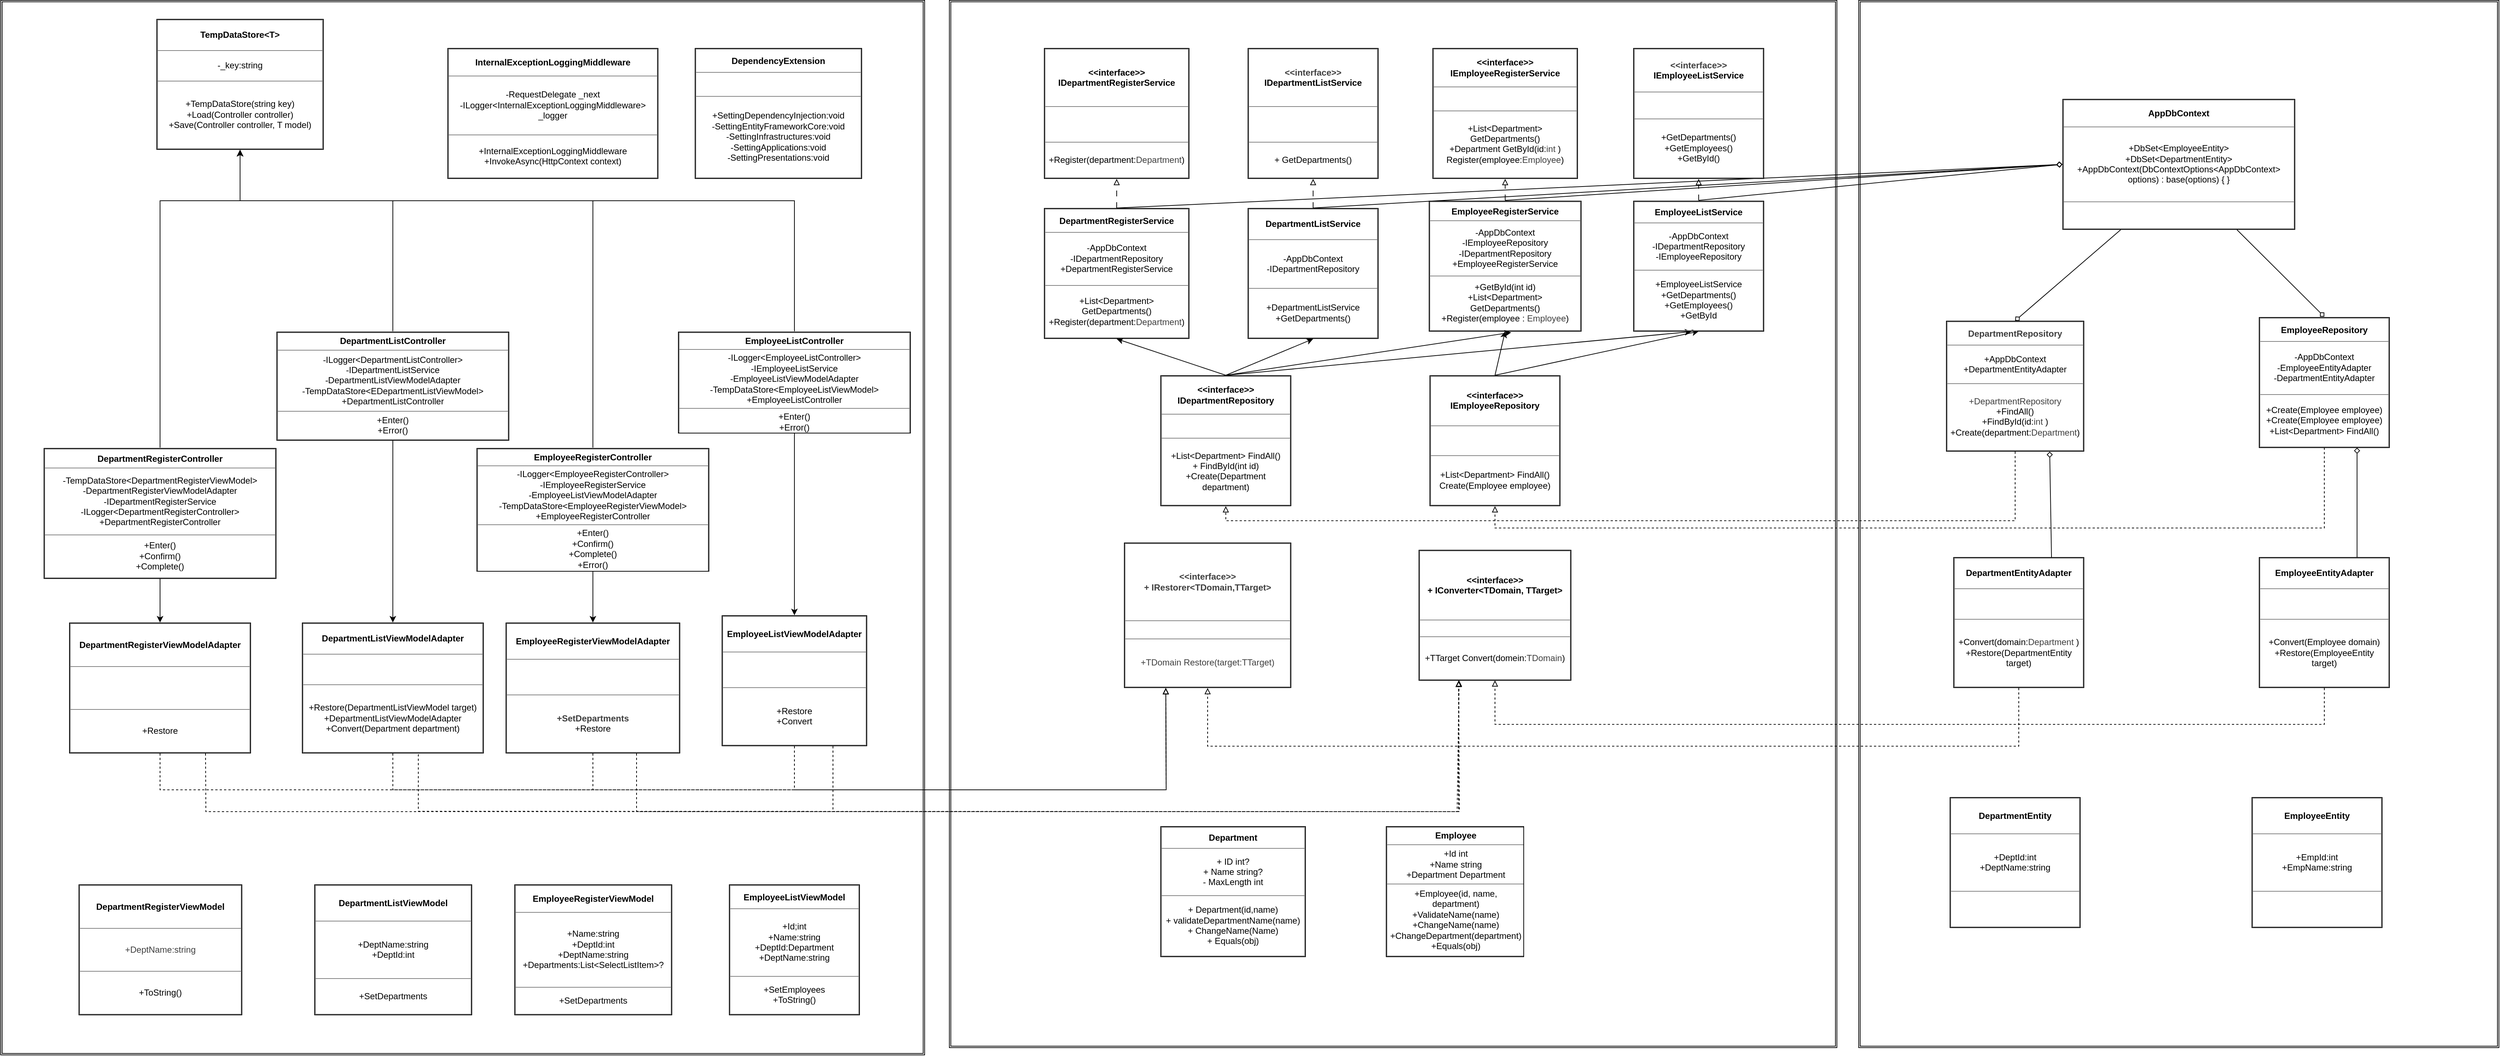
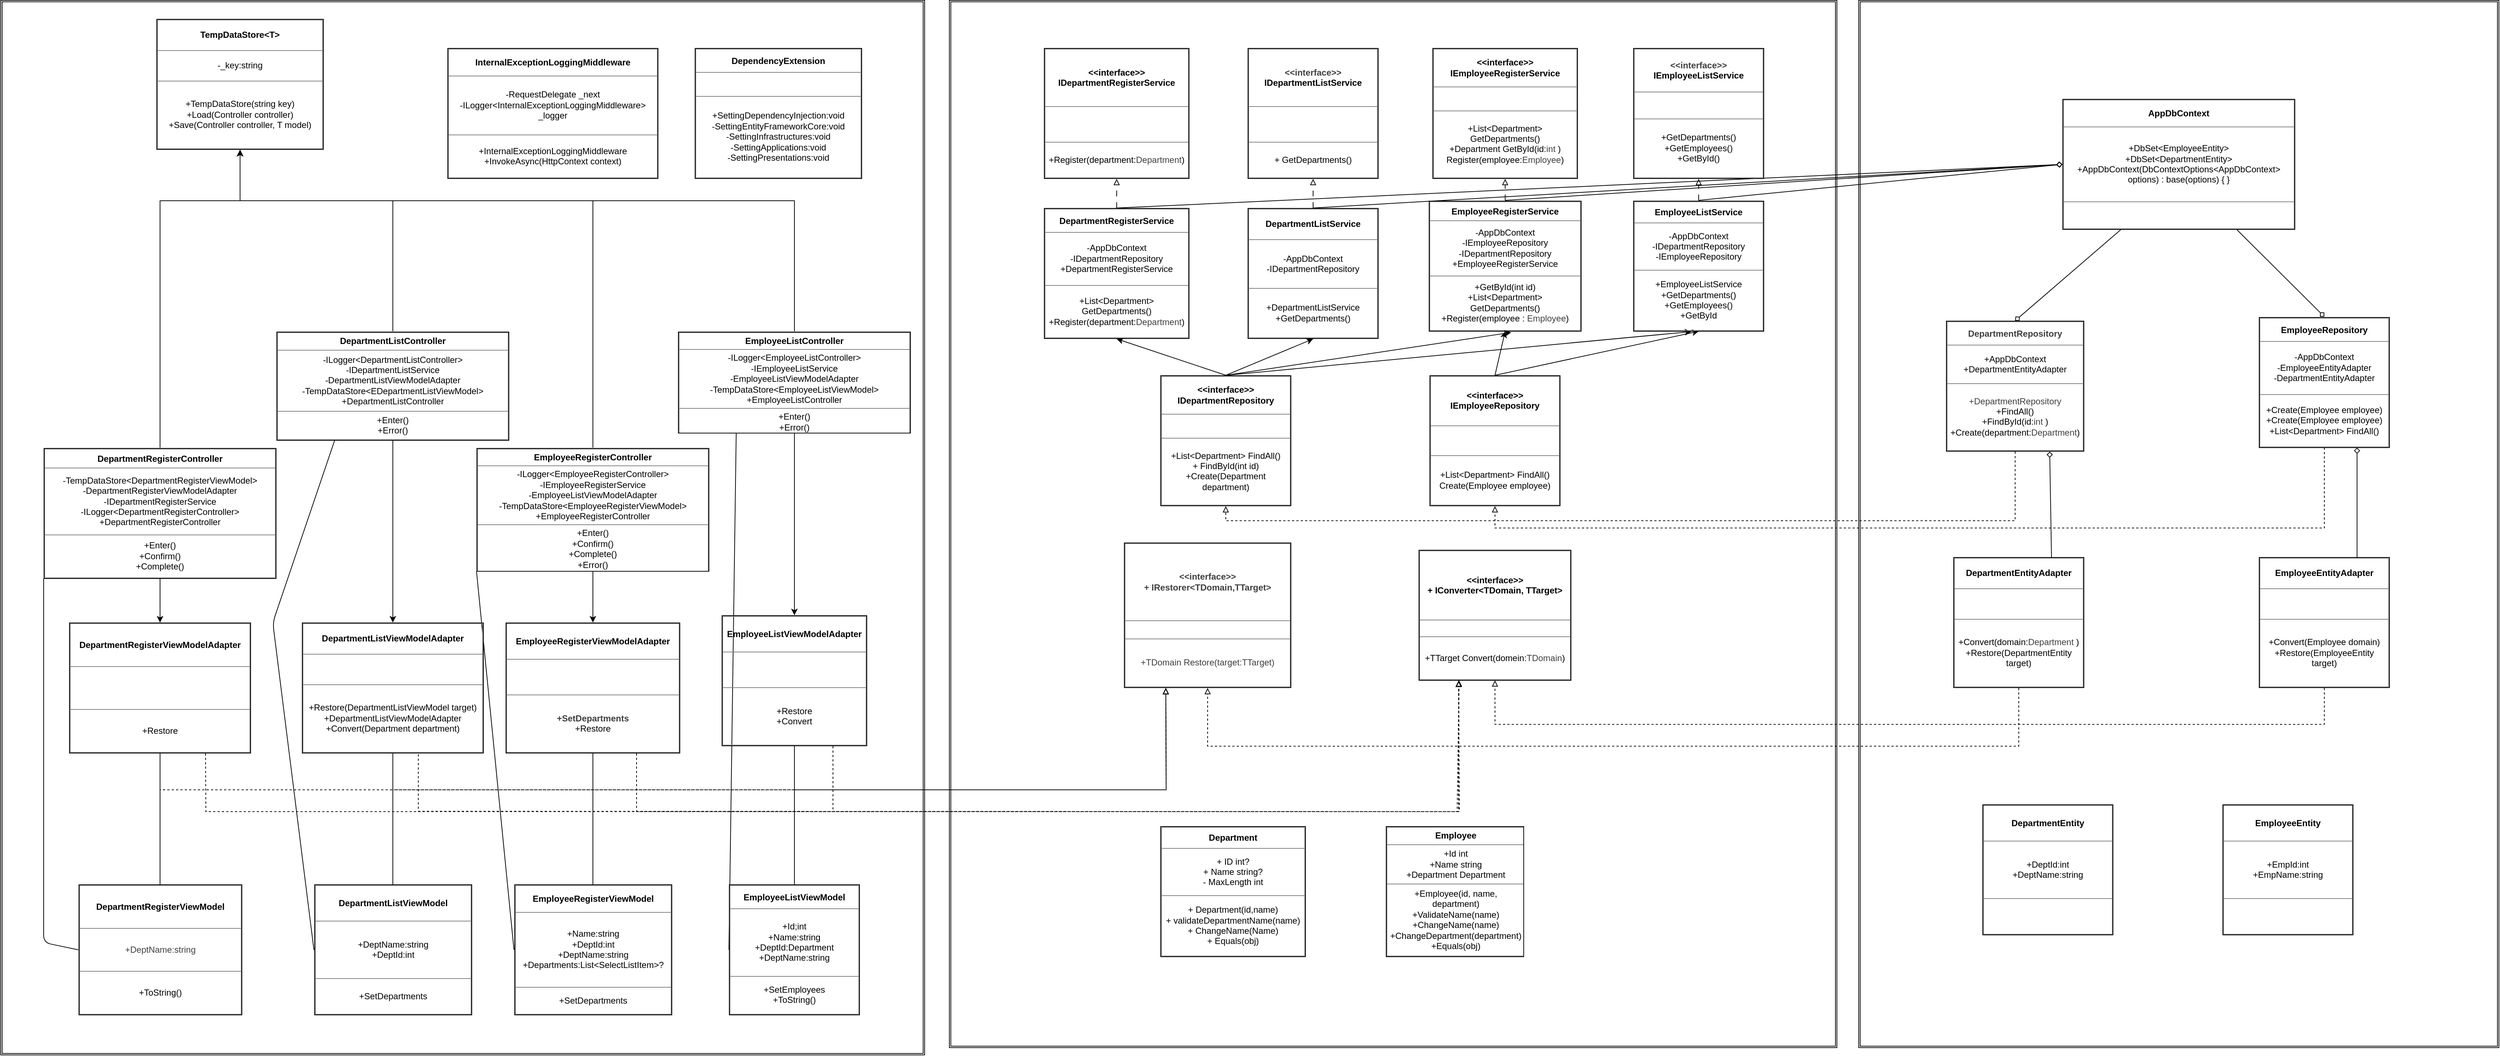
<mxfile host="65bd71144e">
    <diagram name="ページ-1" id="61RVPWnuirh5MR-BbGoL">
-         <mxGraphModel dx="3587" dy="2192" grid="1" gridSize="10" guides="1" tooltips="1" connect="1" arrows="1" fold="1" page="1" pageScale="1" pageWidth="827" pageHeight="1169" math="0" shadow="0">
+         <mxGraphModel dx="3704" dy="1937" grid="1" gridSize="10" guides="1" tooltips="1" connect="1" arrows="1" fold="1" page="1" pageScale="1" pageWidth="827" pageHeight="1169" math="0" shadow="0">
            <root>
                <mxCell id="0"/>
                <mxCell id="1" parent="0"/>
                <mxCell id="60" value="" style="shape=ext;double=1;rounded=0;whiteSpace=wrap;html=1;" parent="1" vertex="1">
                    <mxGeometry x="900" y="-35.5" width="880" height="1440" as="geometry"/>
                </mxCell>
                <mxCell id="59" value="" style="shape=ext;double=1;rounded=0;whiteSpace=wrap;html=1;" parent="1" vertex="1">
                    <mxGeometry x="-350" y="-35.5" width="1220" height="1440" as="geometry"/>
                </mxCell>
                <mxCell id="58" value="" style="shape=ext;double=1;rounded=0;whiteSpace=wrap;html=1;" parent="1" vertex="1">
                    <mxGeometry x="-1654" y="-35.5" width="1270" height="1450" as="geometry"/>
                </mxCell>
                <mxCell id="72" style="edgeStyle=none;html=1;exitX=0.5;exitY=1;exitDx=0;exitDy=0;entryX=0.5;entryY=0;entryDx=0;entryDy=0;" parent="1" source="2" target="50" edge="1">
                    <mxGeometry relative="1" as="geometry"/>
                </mxCell>
                <mxCell id="75" style="edgeStyle=none;html=1;exitX=0.5;exitY=0;exitDx=0;exitDy=0;entryX=0.5;entryY=1;entryDx=0;entryDy=0;rounded=0;curved=0;" parent="1" source="2" target="41" edge="1">
                    <mxGeometry relative="1" as="geometry">
                        <Array as="points">
                            <mxPoint x="-1115" y="240"/>
                            <mxPoint x="-1325" y="240"/>
                        </Array>
                    </mxGeometry>
                </mxCell>
+                 <mxCell id="143" style="edgeStyle=none;html=1;exitX=0.25;exitY=1;exitDx=0;exitDy=0;entryX=0;entryY=0.5;entryDx=0;entryDy=0;endArrow=none;endFill=0;" edge="1" parent="1" source="2" target="49">
+                     <mxGeometry relative="1" as="geometry">
+                         <Array as="points">
+                             <mxPoint x="-1280" y="820"/>
+                         </Array>
+                     </mxGeometry>
+                 </mxCell>
                <mxCell id="2" value="&lt;table border=&quot;1&quot; width=&quot;100%&quot; height=&quot;100%&quot; cellpadding=&quot;4&quot; style=&quot;width:100%;height:100%;border-collapse:collapse;&quot;&gt;&lt;tbody&gt;&lt;tr&gt;&lt;th align=&quot;center&quot;&gt;DepartmentListController&lt;/th&gt;&lt;/tr&gt;&lt;tr&gt;&lt;td align=&quot;center&quot;&gt;-ILogger&amp;lt;DepartmentListController&amp;gt;&lt;br&gt;-IDepartmentListService&lt;br&gt;-DepartmentListViewModelAdapter&lt;br&gt;-TempDataStore&amp;lt;EDepartmentListViewModel&amp;gt;&lt;br&gt;+DepartmentListController&lt;/td&gt;&lt;/tr&gt;&lt;tr&gt;&lt;td align=&quot;center&quot;&gt;+Enter()&lt;br&gt;+Error()&lt;/td&gt;&lt;/tr&gt;&lt;/tbody&gt;&lt;/table&gt;" style="text;html=1;whiteSpace=wrap;strokeColor=none;fillColor=none;overflow=fill;labelBorderColor=default;" parent="1" vertex="1">
                    <mxGeometry x="-1275" y="419.5" width="320" height="150" as="geometry"/>
                </mxCell>
                <mxCell id="73" style="edgeStyle=none;html=1;exitX=0.5;exitY=1;exitDx=0;exitDy=0;entryX=0.5;entryY=0;entryDx=0;entryDy=0;" parent="1" source="6" target="52" edge="1">
                    <mxGeometry relative="1" as="geometry"/>
                </mxCell>
                <mxCell id="74" style="edgeStyle=none;html=1;exitX=0.5;exitY=0;exitDx=0;exitDy=0;entryX=0.5;entryY=1;entryDx=0;entryDy=0;rounded=0;curved=0;" parent="1" source="6" target="41" edge="1">
                    <mxGeometry relative="1" as="geometry">
                        <Array as="points">
                            <mxPoint x="-1435" y="240"/>
                            <mxPoint x="-1325" y="240"/>
+                         </Array>
+                     </mxGeometry>
+                 </mxCell>
+                 <mxCell id="142" style="edgeStyle=none;html=1;exitX=0;exitY=1;exitDx=0;exitDy=0;entryX=0;entryY=0.5;entryDx=0;entryDy=0;endArrow=none;endFill=0;" edge="1" parent="1" source="6" target="51">
+                     <mxGeometry relative="1" as="geometry">
+                         <Array as="points">
+                             <mxPoint x="-1595" y="1260"/>
                        </Array>
                    </mxGeometry>
                </mxCell>
                <mxCell id="6" value="&lt;table border=&quot;1&quot; width=&quot;100%&quot; height=&quot;100%&quot; cellpadding=&quot;4&quot; style=&quot;width:100%;height:100%;border-collapse:collapse;&quot;&gt;&lt;tbody&gt;&lt;tr&gt;&lt;th align=&quot;center&quot;&gt;DepartmentRegisterController&lt;/th&gt;&lt;/tr&gt;&lt;tr&gt;&lt;td align=&quot;center&quot;&gt;-TempDataStore&amp;lt;DepartmentRegisterViewModel&amp;gt;&lt;br&gt;-DepartmentRegisterViewModelAdapter&lt;br&gt;-IDepartmentRegisterService&lt;br&gt;-ILogger&amp;lt;DepartmentRegisterController&amp;gt;&lt;br&gt;+DepartmentRegisterController&lt;br&gt;&lt;/td&gt;&lt;/tr&gt;&lt;tr&gt;&lt;td align=&quot;center&quot;&gt;+Enter()&lt;br&gt;+Confirm()&lt;br&gt;+Complete()&lt;/td&gt;&lt;/tr&gt;&lt;/tbody&gt;&lt;/table&gt;" style="text;html=1;whiteSpace=wrap;strokeColor=none;fillColor=none;overflow=fill;labelBorderColor=default;" parent="1" vertex="1">
                    <mxGeometry x="-1595" y="579.5" width="320" height="180" as="geometry"/>
                </mxCell>
                <mxCell id="70" style="edgeStyle=none;html=1;exitX=0.5;exitY=1;exitDx=0;exitDy=0;entryX=0.5;entryY=0;entryDx=0;entryDy=0;" parent="1" source="9" target="56" edge="1">
                    <mxGeometry relative="1" as="geometry"/>
                </mxCell>
                <mxCell id="77" style="edgeStyle=none;html=1;exitX=0.5;exitY=0;exitDx=0;exitDy=0;entryX=0.5;entryY=1;entryDx=0;entryDy=0;rounded=0;curved=0;" parent="1" source="9" target="41" edge="1">
                    <mxGeometry relative="1" as="geometry">
                        <Array as="points">
                            <mxPoint x="-563" y="240"/>
                            <mxPoint x="-840" y="240"/>
                            <mxPoint x="-1325" y="240"/>
                        </Array>
                    </mxGeometry>
                </mxCell>
+                 <mxCell id="145" style="edgeStyle=none;html=1;exitX=0.25;exitY=1;exitDx=0;exitDy=0;entryX=0;entryY=0.5;entryDx=0;entryDy=0;endArrow=none;endFill=0;" edge="1" parent="1" source="9" target="55">
+                     <mxGeometry relative="1" as="geometry"/>
+                 </mxCell>
                <mxCell id="9" value="&lt;table border=&quot;1&quot; width=&quot;100%&quot; height=&quot;100%&quot; cellpadding=&quot;4&quot; style=&quot;width:100%;height:100%;border-collapse:collapse;&quot;&gt;&lt;tbody&gt;&lt;tr&gt;&lt;th align=&quot;center&quot;&gt;EmployeeListController&lt;/th&gt;&lt;/tr&gt;&lt;tr&gt;&lt;td align=&quot;center&quot;&gt;-ILogger&amp;lt;EmployeeListController&amp;gt;&lt;br&gt;-IEmployeeListService&lt;br&gt;-EmployeeListViewModelAdapter&lt;br&gt;-TempDataStore&amp;lt;EmployeeListViewModel&amp;gt;&lt;br&gt;+EmployeeListController&lt;/td&gt;&lt;/tr&gt;&lt;tr&gt;&lt;td align=&quot;center&quot;&gt;+Enter()&lt;br&gt;+Error()&lt;/td&gt;&lt;/tr&gt;&lt;/tbody&gt;&lt;/table&gt;" style="text;html=1;whiteSpace=wrap;strokeColor=none;fillColor=none;overflow=fill;labelBorderColor=default;" parent="1" vertex="1">
                    <mxGeometry x="-723" y="419.5" width="320" height="140" as="geometry"/>
                </mxCell>
                <mxCell id="71" style="edgeStyle=none;html=1;exitX=0.5;exitY=1;exitDx=0;exitDy=0;entryX=0.5;entryY=0;entryDx=0;entryDy=0;" parent="1" source="10" target="54" edge="1">
                    <mxGeometry relative="1" as="geometry"/>
                </mxCell>
                <mxCell id="76" style="edgeStyle=none;html=1;exitX=0.5;exitY=0;exitDx=0;exitDy=0;entryX=0.5;entryY=1;entryDx=0;entryDy=0;rounded=0;curved=0;" parent="1" source="10" target="41" edge="1">
                    <mxGeometry relative="1" as="geometry">
                        <Array as="points">
                            <mxPoint x="-840" y="240"/>
                            <mxPoint x="-1325" y="240"/>
                        </Array>
                    </mxGeometry>
+                 </mxCell>
+                 <mxCell id="144" style="edgeStyle=none;html=1;exitX=0;exitY=1;exitDx=0;exitDy=0;entryX=0;entryY=0.5;entryDx=0;entryDy=0;endArrow=none;endFill=0;" edge="1" parent="1" source="10" target="53">
+                     <mxGeometry relative="1" as="geometry"/>
                </mxCell>
                <mxCell id="10" value="&lt;table border=&quot;1&quot; width=&quot;100%&quot; height=&quot;100%&quot; cellpadding=&quot;4&quot; style=&quot;width:100%;height:100%;border-collapse:collapse;&quot;&gt;&lt;tbody&gt;&lt;tr&gt;&lt;th align=&quot;center&quot;&gt;EmployeeRegisterController&lt;/th&gt;&lt;/tr&gt;&lt;tr&gt;&lt;td align=&quot;center&quot;&gt;-ILogger&amp;lt;EmployeeRegisterController&amp;gt;&lt;br&gt;-IEmployeeRegisterService&lt;br&gt;-EmployeeListViewModelAdapter&lt;br&gt;-TempDataStore&amp;lt;EmployeeRegisterViewModel&amp;gt;&lt;br&gt;+EmployeeRegisterController&lt;/td&gt;&lt;/tr&gt;&lt;tr&gt;&lt;td align=&quot;center&quot;&gt;+Enter()&lt;br&gt;+Confirm()&lt;br&gt;+Complete()&lt;br&gt;+Error()&lt;/td&gt;&lt;/tr&gt;&lt;/tbody&gt;&lt;/table&gt;" style="text;html=1;whiteSpace=wrap;strokeColor=none;fillColor=none;overflow=fill;labelBorderColor=default;" parent="1" vertex="1">
                    <mxGeometry x="-1000" y="579.5" width="320" height="170" as="geometry"/>
                </mxCell>
                <mxCell id="11" value="&lt;table border=&quot;1&quot; width=&quot;100%&quot; height=&quot;100%&quot; cellpadding=&quot;4&quot; style=&quot;width:100%;height:100%;border-collapse:collapse;&quot;&gt;&lt;tbody&gt;&lt;tr&gt;&lt;th align=&quot;center&quot;&gt;&amp;lt;&amp;lt;interface&amp;gt;&amp;gt;&lt;br&gt;+ IConverter&amp;lt;TDomain, TTarget&amp;gt;&lt;/th&gt;&lt;/tr&gt;&lt;tr&gt;&lt;td align=&quot;center&quot;&gt;&lt;/td&gt;&lt;/tr&gt;&lt;tr&gt;&lt;td align=&quot;center&quot;&gt;+TTarget Convert(domein:&lt;span style=&quot;color: rgb(63, 63, 63);&quot;&gt;TDomain&lt;/span&gt;)&lt;br&gt;&lt;/td&gt;&lt;/tr&gt;&lt;/tbody&gt;&lt;/table&gt;" style="text;html=1;whiteSpace=wrap;strokeColor=none;fillColor=none;overflow=fill;labelBackgroundColor=none;labelBorderColor=default;" parent="1" vertex="1">
                    <mxGeometry x="295" y="719.5" width="210" height="180" as="geometry"/>
                </mxCell>
                <mxCell id="14" value="&lt;table border=&quot;1&quot; width=&quot;100%&quot; height=&quot;100%&quot; cellpadding=&quot;4&quot; style=&quot;width:100%;height:100%;border-collapse:collapse;&quot;&gt;&lt;tbody&gt;&lt;tr&gt;&lt;th align=&quot;center&quot;&gt;Department&lt;/th&gt;&lt;/tr&gt;&lt;tr&gt;&lt;td align=&quot;center&quot;&gt;+ ID int?&lt;br&gt;+ Name string?&lt;br&gt;- MaxLength int&lt;/td&gt;&lt;/tr&gt;&lt;tr&gt;&lt;td align=&quot;center&quot;&gt;+ Department(id,name)&lt;br&gt;+ validateDepartmentName(name)&lt;br&gt;+ ChangeName(Name)&lt;br&gt;+ Equals(obj)&lt;/td&gt;&lt;/tr&gt;&lt;/tbody&gt;&lt;/table&gt;" style="text;html=1;whiteSpace=wrap;strokeColor=none;fillColor=none;overflow=fill;labelBorderColor=default;" parent="1" vertex="1">
                    <mxGeometry x="-60" y="1100" width="200" height="180" as="geometry"/>
                </mxCell>
                <mxCell id="15" value="&lt;table border=&quot;1&quot; width=&quot;100%&quot; height=&quot;100%&quot; cellpadding=&quot;4&quot; style=&quot;width:100%;height:100%;border-collapse:collapse;&quot;&gt;&lt;tbody&gt;&lt;tr&gt;&lt;th align=&quot;center&quot;&gt;Employee&lt;/th&gt;&lt;/tr&gt;&lt;tr&gt;&lt;td align=&quot;center&quot;&gt;&lt;font face=&quot;Helvetica&quot;&gt;+Id int&lt;br&gt;+Name string&lt;br&gt;+Department Department&lt;br&gt;&lt;/font&gt;&lt;/td&gt;&lt;/tr&gt;&lt;tr&gt;&lt;td align=&quot;center&quot;&gt;+Employee(id, name, department)&lt;br&gt;+ValidateName(name)&lt;br&gt;+ChangeName(name)&lt;br&gt;+ChangeDepartment(department)&lt;br&gt;+Equals(obj)&lt;/td&gt;&lt;/tr&gt;&lt;/tbody&gt;&lt;/table&gt;" style="text;html=1;whiteSpace=wrap;strokeColor=none;fillColor=none;overflow=fill;labelBackgroundColor=none;labelBorderColor=default;" parent="1" vertex="1">
                    <mxGeometry x="250" y="1100" width="190" height="180" as="geometry"/>
                </mxCell>
                <mxCell id="46" style="edgeStyle=none;html=1;exitX=0.5;exitY=0;exitDx=0;exitDy=0;entryX=0.5;entryY=1;entryDx=0;entryDy=0;" parent="1" source="16" target="22" edge="1">
                    <mxGeometry relative="1" as="geometry"/>
                </mxCell>
                <mxCell id="87" style="edgeStyle=none;html=1;exitX=0.5;exitY=0;exitDx=0;exitDy=0;" parent="1" source="16" edge="1">
                    <mxGeometry relative="1" as="geometry">
                        <mxPoint x="670" y="420" as="targetPoint"/>
                    </mxGeometry>
                </mxCell>
                <mxCell id="89" style="edgeStyle=none;html=1;exitX=0.5;exitY=0;exitDx=0;exitDy=0;entryX=0.5;entryY=1;entryDx=0;entryDy=0;" parent="1" source="16" target="81" edge="1">
                    <mxGeometry relative="1" as="geometry"/>
                </mxCell>
                <mxCell id="16" value="&lt;table border=&quot;1&quot; width=&quot;100%&quot; height=&quot;100%&quot; cellpadding=&quot;4&quot; style=&quot;width:100%;height:100%;border-collapse:collapse;&quot;&gt;&lt;tbody&gt;&lt;tr&gt;&lt;th align=&quot;center&quot;&gt;&amp;lt;&amp;lt;interface&amp;gt;&amp;gt;&lt;br&gt;IDepartmentRepository&lt;/th&gt;&lt;/tr&gt;&lt;tr&gt;&lt;td align=&quot;center&quot;&gt;&lt;br&gt;&lt;/td&gt;&lt;/tr&gt;&lt;tr&gt;&lt;td align=&quot;center&quot;&gt;+List&amp;lt;Department&amp;gt; FindAll()&lt;br&gt;+ FindById(int id)&lt;br&gt;+Create(Department department)&lt;/td&gt;&lt;/tr&gt;&lt;/tbody&gt;&lt;/table&gt;" style="text;html=1;whiteSpace=wrap;strokeColor=none;fillColor=none;overflow=fill;labelBorderColor=default;" parent="1" vertex="1">
                    <mxGeometry x="-60" y="480" width="180" height="180" as="geometry"/>
                </mxCell>
                <mxCell id="47" style="edgeStyle=none;html=1;exitX=0.5;exitY=0;exitDx=0;exitDy=0;entryX=0.5;entryY=1;entryDx=0;entryDy=0;" parent="1" source="17" target="23" edge="1">
                    <mxGeometry relative="1" as="geometry"/>
                </mxCell>
                <mxCell id="86" style="edgeStyle=none;html=1;exitX=0.5;exitY=0;exitDx=0;exitDy=0;entryX=0.5;entryY=1;entryDx=0;entryDy=0;" parent="1" source="17" target="83" edge="1">
                    <mxGeometry relative="1" as="geometry"/>
                </mxCell>
                <mxCell id="17" value="&lt;table border=&quot;1&quot; width=&quot;100%&quot; height=&quot;100%&quot; cellpadding=&quot;4&quot; style=&quot;width:100%;height:100%;border-collapse:collapse;&quot;&gt;&lt;tbody&gt;&lt;tr&gt;&lt;th align=&quot;center&quot;&gt;&amp;lt;&amp;lt;interface&amp;gt;&amp;gt;&lt;br&gt;IEmployeeRepository&lt;/th&gt;&lt;/tr&gt;&lt;tr&gt;&lt;td align=&quot;center&quot;&gt;&lt;br&gt;&lt;/td&gt;&lt;/tr&gt;&lt;tr&gt;&lt;td align=&quot;center&quot;&gt;+List&amp;lt;Department&amp;gt; FindAll()&lt;br&gt;Create(Employee employee)&lt;/td&gt;&lt;/tr&gt;&lt;/tbody&gt;&lt;/table&gt;" style="text;html=1;whiteSpace=wrap;strokeColor=none;fillColor=none;overflow=fill;labelBorderColor=default;" parent="1" vertex="1">
                    <mxGeometry x="310" y="480" width="180" height="180" as="geometry"/>
                </mxCell>
                <mxCell id="18" value="&lt;table border=&quot;1&quot; width=&quot;100%&quot; height=&quot;100%&quot; cellpadding=&quot;4&quot; style=&quot;width:100%;height:100%;border-collapse:collapse;&quot;&gt;&lt;tbody&gt;&lt;tr&gt;&lt;th align=&quot;center&quot;&gt;&amp;lt;&amp;lt;interface&amp;gt;&amp;gt;&lt;br&gt;IDepartmentRegisterService&lt;/th&gt;&lt;/tr&gt;&lt;tr&gt;&lt;td align=&quot;center&quot;&gt;&lt;br&gt;&lt;/td&gt;&lt;/tr&gt;&lt;tr&gt;&lt;td align=&quot;center&quot;&gt;+Register(department:&lt;span style=&quot;color: rgb(63, 63, 63);&quot;&gt;Department&lt;/span&gt;)&lt;br&gt;&lt;/td&gt;&lt;/tr&gt;&lt;/tbody&gt;&lt;/table&gt;" style="text;html=1;whiteSpace=wrap;strokeColor=none;fillColor=none;overflow=fill;labelBorderColor=default;" parent="1" vertex="1">
                    <mxGeometry x="-220" y="30" width="200" height="180" as="geometry"/>
                </mxCell>
                <mxCell id="19" value="&lt;table border=&quot;1&quot; width=&quot;100%&quot; height=&quot;100%&quot; cellpadding=&quot;4&quot; style=&quot;width:100%;height:100%;border-collapse:collapse;&quot;&gt;&lt;tbody&gt;&lt;tr&gt;&lt;th align=&quot;center&quot;&gt;&amp;lt;&amp;lt;interface&amp;gt;&amp;gt;&lt;br&gt;IEmployeeRegisterService&lt;/th&gt;&lt;/tr&gt;&lt;tr&gt;&lt;td align=&quot;center&quot;&gt;&lt;br&gt;&lt;/td&gt;&lt;/tr&gt;&lt;tr&gt;&lt;td align=&quot;center&quot;&gt;+List&amp;lt;Department&amp;gt; GetDepartments()&lt;br&gt;+Department GetById(id:&lt;span style=&quot;color: rgb(63, 63, 63);&quot;&gt;int&amp;nbsp;&lt;/span&gt;)&lt;br&gt;Register(employee:&lt;span style=&quot;color: rgb(63, 63, 63);&quot;&gt;Employee&lt;/span&gt;)&lt;br&gt;&lt;/td&gt;&lt;/tr&gt;&lt;/tbody&gt;&lt;/table&gt;" style="text;html=1;whiteSpace=wrap;strokeColor=none;fillColor=none;overflow=fill;labelBorderColor=default;" parent="1" vertex="1">
                    <mxGeometry x="314" y="30" width="200" height="180" as="geometry"/>
                </mxCell>
                <mxCell id="21" value="&lt;table border=&quot;1&quot; width=&quot;100%&quot; height=&quot;100%&quot; cellpadding=&quot;4&quot; style=&quot;width:100%;height:100%;border-collapse:collapse;&quot;&gt;&lt;tbody&gt;&lt;tr&gt;&lt;th align=&quot;center&quot;&gt;&lt;span style=&quot;color: rgb(63, 63, 63);&quot;&gt;&amp;lt;&amp;lt;interface&amp;gt;&amp;gt;&lt;br&gt;&lt;span style=&quot;color: rgb(63, 63, 63);&quot;&gt;+ IRestorer&amp;lt;TDomain,TTarget&amp;gt;&lt;/span&gt;&lt;/span&gt;&lt;/th&gt;&lt;/tr&gt;&lt;tr&gt;&lt;td align=&quot;center&quot;&gt;&lt;/td&gt;&lt;/tr&gt;&lt;tr&gt;&lt;td align=&quot;center&quot;&gt;&lt;span style=&quot;color: rgb(63, 63, 63);&quot;&gt;+TDomain Restore(target:&lt;span style=&quot;color: rgb(63, 63, 63);&quot;&gt;TTarget&lt;/span&gt;)&lt;br&gt;&lt;/span&gt;&lt;/td&gt;&lt;/tr&gt;&lt;/tbody&gt;&lt;/table&gt;" style="text;html=1;whiteSpace=wrap;strokeColor=none;fillColor=none;overflow=fill;labelBorderColor=default;" parent="1" vertex="1">
                    <mxGeometry x="-110" y="710" width="230" height="200" as="geometry"/>
                </mxCell>
                <mxCell id="33" style="edgeStyle=none;html=1;exitX=0.5;exitY=0;exitDx=0;exitDy=0;entryX=0.5;entryY=1;entryDx=0;entryDy=0;dashed=1;dashPattern=8 8;endArrow=block;endFill=0;" parent="1" source="22" target="18" edge="1">
                    <mxGeometry relative="1" as="geometry"/>
                </mxCell>
                <mxCell id="135" style="edgeStyle=none;html=1;exitX=0.5;exitY=0;exitDx=0;exitDy=0;endArrow=diamond;endFill=0;entryX=0;entryY=0.5;entryDx=0;entryDy=0;" edge="1" parent="1" source="22" target="27">
                    <mxGeometry relative="1" as="geometry">
                        <mxPoint x="1190" y="220" as="targetPoint"/>
                    </mxGeometry>
                </mxCell>
                <mxCell id="22" value="&lt;table border=&quot;1&quot; width=&quot;100%&quot; height=&quot;100%&quot; cellpadding=&quot;4&quot; style=&quot;width:100%;height:100%;border-collapse:collapse;&quot;&gt;&lt;tbody&gt;&lt;tr&gt;&lt;th align=&quot;center&quot;&gt;DepartmentRegisterService&lt;/th&gt;&lt;/tr&gt;&lt;tr&gt;&lt;td align=&quot;center&quot;&gt;-AppDbContext&lt;br&gt;-IDepartmentRepository&lt;br&gt;+DepartmentRegisterService&lt;/td&gt;&lt;/tr&gt;&lt;tr&gt;&lt;td align=&quot;center&quot;&gt;+List&amp;lt;Department&amp;gt; GetDepartments()&lt;br&gt;+Register(department:&lt;span style=&quot;color: rgb(63, 63, 63);&quot;&gt;Department&lt;/span&gt;)&lt;br&gt;&lt;/td&gt;&lt;/tr&gt;&lt;/tbody&gt;&lt;/table&gt;" style="text;html=1;whiteSpace=wrap;strokeColor=none;fillColor=none;overflow=fill;labelBorderColor=default;" parent="1" vertex="1">
                    <mxGeometry x="-220" y="250" width="200" height="180" as="geometry"/>
                </mxCell>
                <mxCell id="32" style="edgeStyle=none;html=1;exitX=0.5;exitY=0;exitDx=0;exitDy=0;entryX=0.5;entryY=1;entryDx=0;entryDy=0;dashed=1;dashPattern=8 8;endArrow=block;endFill=0;" parent="1" source="23" target="19" edge="1">
                    <mxGeometry relative="1" as="geometry"/>
                </mxCell>
                <mxCell id="133" style="edgeStyle=none;html=1;exitX=0.5;exitY=0;exitDx=0;exitDy=0;entryX=0;entryY=0.5;entryDx=0;entryDy=0;endArrow=diamond;endFill=0;" edge="1" parent="1" source="23" target="27">
                    <mxGeometry relative="1" as="geometry"/>
                </mxCell>
                <mxCell id="23" value="&lt;table border=&quot;1&quot; width=&quot;100%&quot; height=&quot;100%&quot; cellpadding=&quot;4&quot; style=&quot;width:100%;height:100%;border-collapse:collapse;&quot;&gt;&lt;tbody&gt;&lt;tr&gt;&lt;th align=&quot;center&quot;&gt;EmployeeRegisterService&lt;/th&gt;&lt;/tr&gt;&lt;tr&gt;&lt;td align=&quot;center&quot;&gt;-AppDbContext&lt;br&gt;-IEmployeeRepository&lt;br&gt;-IDepartmentRepository&lt;br&gt;+EmployeeRegisterService&lt;/td&gt;&lt;/tr&gt;&lt;tr&gt;&lt;td align=&quot;center&quot;&gt;+GetById(int id)&lt;br&gt;+List&amp;lt;Department&amp;gt; GetDepartments()&lt;br&gt;+Register(employee :&amp;nbsp;&lt;span style=&quot;color: rgb(63, 63, 63);&quot;&gt;Employee&lt;/span&gt;)&lt;br&gt;&lt;/td&gt;&lt;/tr&gt;&lt;/tbody&gt;&lt;/table&gt;" style="text;html=1;whiteSpace=wrap;strokeColor=none;fillColor=none;overflow=fill;labelBorderColor=default;" parent="1" vertex="1">
                    <mxGeometry x="309" y="239.5" width="210" height="180" as="geometry"/>
                </mxCell>
                <mxCell id="38" style="edgeStyle=none;html=1;exitX=0.5;exitY=1;exitDx=0;exitDy=0;entryX=0.5;entryY=1;entryDx=0;entryDy=0;rounded=0;curved=0;dashed=1;endArrow=block;endFill=0;" parent="1" source="25" target="21" edge="1">
                    <mxGeometry relative="1" as="geometry">
                        <Array as="points">
                            <mxPoint x="1120" y="990"/>
                            <mxPoint x="260" y="990"/>
                            <mxPoint x="5" y="990"/>
                        </Array>
                    </mxGeometry>
                </mxCell>
                <mxCell id="128" style="edgeStyle=none;html=1;exitX=0.75;exitY=0;exitDx=0;exitDy=0;entryX=0.75;entryY=1;entryDx=0;entryDy=0;endArrow=diamond;endFill=0;" edge="1" parent="1" source="25" target="30">
                    <mxGeometry relative="1" as="geometry"/>
                </mxCell>
                <mxCell id="25" value="&lt;table border=&quot;1&quot; width=&quot;100%&quot; height=&quot;100%&quot; cellpadding=&quot;4&quot; style=&quot;width:100%;height:100%;border-collapse:collapse;&quot;&gt;&lt;tbody&gt;&lt;tr&gt;&lt;th align=&quot;center&quot;&gt;DepartmentEntityAdapter&lt;/th&gt;&lt;/tr&gt;&lt;tr&gt;&lt;td align=&quot;center&quot;&gt;&lt;br&gt;&lt;/td&gt;&lt;/tr&gt;&lt;tr&gt;&lt;td align=&quot;center&quot;&gt;+Convert(domain:&lt;span style=&quot;color: rgb(63, 63, 63);&quot;&gt;Department&amp;nbsp;&lt;/span&gt;)&lt;br&gt;+Restore(DepartmentEntity target)&lt;/td&gt;&lt;/tr&gt;&lt;/tbody&gt;&lt;/table&gt;" style="text;html=1;whiteSpace=wrap;strokeColor=none;fillColor=none;overflow=fill;labelBorderColor=default;" parent="1" vertex="1">
                    <mxGeometry x="1030" y="730" width="180" height="180" as="geometry"/>
                </mxCell>
                <mxCell id="129" style="edgeStyle=none;html=1;exitX=0.75;exitY=0;exitDx=0;exitDy=0;entryX=0.75;entryY=1;entryDx=0;entryDy=0;endArrow=diamond;endFill=0;" edge="1" parent="1" source="26" target="31">
                    <mxGeometry relative="1" as="geometry"/>
                </mxCell>
                <mxCell id="26" value="&lt;table border=&quot;1&quot; width=&quot;100%&quot; height=&quot;100%&quot; cellpadding=&quot;4&quot; style=&quot;width:100%;height:100%;border-collapse:collapse;&quot;&gt;&lt;tbody&gt;&lt;tr&gt;&lt;th align=&quot;center&quot;&gt;EmployeeEntityAdapter&lt;/th&gt;&lt;/tr&gt;&lt;tr&gt;&lt;td align=&quot;center&quot;&gt;&lt;br&gt;&lt;/td&gt;&lt;/tr&gt;&lt;tr&gt;&lt;td align=&quot;center&quot;&gt;+Convert(Employee domain)&lt;br&gt;+Restore(EmployeeEntity target)&lt;/td&gt;&lt;/tr&gt;&lt;/tbody&gt;&lt;/table&gt;" style="text;html=1;whiteSpace=wrap;strokeColor=none;fillColor=none;overflow=fill;labelBorderColor=default;" parent="1" vertex="1">
                    <mxGeometry x="1450" y="730" width="180" height="180" as="geometry"/>
                </mxCell>
                <mxCell id="130" style="edgeStyle=none;html=1;exitX=0.25;exitY=1;exitDx=0;exitDy=0;entryX=0.5;entryY=0;entryDx=0;entryDy=0;endArrow=diamond;endFill=0;" edge="1" parent="1" source="27" target="30">
                    <mxGeometry relative="1" as="geometry"/>
                </mxCell>
                <mxCell id="131" style="edgeStyle=none;html=1;exitX=0.75;exitY=1;exitDx=0;exitDy=0;entryX=0.5;entryY=0;entryDx=0;entryDy=0;endArrow=diamond;endFill=0;" edge="1" parent="1" source="27" target="31">
                    <mxGeometry relative="1" as="geometry"/>
                </mxCell>
                <mxCell id="27" value="&lt;table border=&quot;1&quot; width=&quot;100%&quot; height=&quot;100%&quot; cellpadding=&quot;4&quot; style=&quot;width:100%;height:100%;border-collapse:collapse;&quot;&gt;&lt;tbody&gt;&lt;tr&gt;&lt;th align=&quot;center&quot;&gt;AppDbContext&lt;/th&gt;&lt;/tr&gt;&lt;tr&gt;&lt;td align=&quot;center&quot;&gt;+DbSet&amp;lt;EmployeeEntity&amp;gt;&lt;br&gt;+DbSet&amp;lt;DepartmentEntity&amp;gt;&lt;br&gt;+AppDbContext(DbContextOptions&amp;lt;AppDbContext&amp;gt; options) : base(options) { }&lt;/td&gt;&lt;/tr&gt;&lt;tr&gt;&lt;td align=&quot;center&quot;&gt;&lt;br&gt;&lt;/td&gt;&lt;/tr&gt;&lt;/tbody&gt;&lt;/table&gt;" style="text;html=1;whiteSpace=wrap;strokeColor=none;fillColor=none;overflow=fill;labelBorderColor=default;" parent="1" vertex="1">
                    <mxGeometry x="1180" y="100" width="320" height="180" as="geometry"/>
                </mxCell>
                <mxCell id="28" value="&lt;table border=&quot;1&quot; width=&quot;100%&quot; height=&quot;100%&quot; cellpadding=&quot;4&quot; style=&quot;width:100%;height:100%;border-collapse:collapse;&quot;&gt;&lt;tbody&gt;&lt;tr&gt;&lt;th align=&quot;center&quot;&gt;DepartmentEntity&lt;/th&gt;&lt;/tr&gt;&lt;tr&gt;&lt;td align=&quot;center&quot;&gt;+DeptId:int&lt;br&gt;+DeptName:string&lt;/td&gt;&lt;/tr&gt;&lt;tr&gt;&lt;td align=&quot;center&quot;&gt;&lt;br&gt;&lt;/td&gt;&lt;/tr&gt;&lt;/tbody&gt;&lt;/table&gt;" style="text;html=1;whiteSpace=wrap;strokeColor=none;fillColor=none;overflow=fill;labelBorderColor=default;" parent="1" vertex="1">
-                     <mxGeometry x="1025" y="1060" width="180" height="180" as="geometry"/>
+                     <mxGeometry x="1070" y="1070" width="180" height="180" as="geometry"/>
                </mxCell>
                <mxCell id="29" value="&lt;table border=&quot;1&quot; width=&quot;100%&quot; height=&quot;100%&quot; cellpadding=&quot;4&quot; style=&quot;width:100%;height:100%;border-collapse:collapse;&quot;&gt;&lt;tbody&gt;&lt;tr&gt;&lt;th align=&quot;center&quot;&gt;EmployeeEntity&lt;/th&gt;&lt;/tr&gt;&lt;tr&gt;&lt;td align=&quot;center&quot;&gt;+EmpId:int&lt;br&gt;+EmpName:string&lt;/td&gt;&lt;/tr&gt;&lt;tr&gt;&lt;td align=&quot;center&quot;&gt;&lt;br&gt;&lt;/td&gt;&lt;/tr&gt;&lt;/tbody&gt;&lt;/table&gt;" style="text;html=1;whiteSpace=wrap;strokeColor=none;fillColor=none;overflow=fill;labelBorderColor=default;" parent="1" vertex="1">
-                     <mxGeometry x="1440" y="1060" width="180" height="180" as="geometry"/>
+                     <mxGeometry x="1400" y="1070" width="180" height="180" as="geometry"/>
                </mxCell>
                <mxCell id="34" style="edgeStyle=none;html=1;exitX=0.5;exitY=1;exitDx=0;exitDy=0;entryX=0.5;entryY=1;entryDx=0;entryDy=0;rounded=0;curved=0;dashed=1;endArrow=block;endFill=0;" parent="1" source="30" target="16" edge="1">
                    <mxGeometry relative="1" as="geometry">
                        <Array as="points">
                            <mxPoint x="1115" y="680"/>
                            <mxPoint x="260" y="680"/>
                            <mxPoint x="30" y="680"/>
                        </Array>
                    </mxGeometry>
                </mxCell>
                <mxCell id="30" value="&lt;table border=&quot;1&quot; width=&quot;100%&quot; height=&quot;100%&quot; cellpadding=&quot;4&quot; style=&quot;width:100%;height:100%;border-collapse:collapse;&quot;&gt;&lt;tbody&gt;&lt;tr&gt;&lt;th align=&quot;center&quot;&gt;&lt;b style=&quot;color: rgb(63, 63, 63); scrollbar-color: rgb(226, 226, 226) rgb(251, 251, 251);&quot;&gt;DepartmentRepository&lt;/b&gt;&lt;/th&gt;&lt;/tr&gt;&lt;tr&gt;&lt;td align=&quot;center&quot;&gt;+AppDbContext&lt;br&gt;+DepartmentEntityAdapter&lt;br&gt;&lt;/td&gt;&lt;/tr&gt;&lt;tr&gt;&lt;td align=&quot;center&quot;&gt;&lt;span style=&quot;color: rgb(63, 63, 63);&quot;&gt;+DepartmentRepository&lt;/span&gt;&lt;br&gt;+FindAll()&lt;br&gt;+FindById(id:&lt;span style=&quot;color: rgb(63, 63, 63);&quot;&gt;int&amp;nbsp;&lt;/span&gt;)&lt;br&gt;+Create(department:&lt;span style=&quot;color: rgb(63, 63, 63);&quot;&gt;Department&lt;/span&gt;)&lt;br&gt;&lt;/td&gt;&lt;/tr&gt;&lt;/tbody&gt;&lt;/table&gt;" style="text;html=1;whiteSpace=wrap;strokeColor=none;fillColor=none;overflow=fill;labelBorderColor=default;" parent="1" vertex="1">
                    <mxGeometry x="1020" y="405" width="190" height="180" as="geometry"/>
                </mxCell>
                <mxCell id="35" style="edgeStyle=none;html=1;exitX=0.5;exitY=1;exitDx=0;exitDy=0;entryX=0.5;entryY=1;entryDx=0;entryDy=0;rounded=0;curved=0;dashed=1;endArrow=block;endFill=0;" parent="1" source="31" target="17" edge="1">
                    <mxGeometry relative="1" as="geometry">
                        <Array as="points">
                            <mxPoint x="1540" y="690"/>
                            <mxPoint x="400" y="690"/>
                        </Array>
                    </mxGeometry>
                </mxCell>
                <mxCell id="31" value="&lt;table border=&quot;1&quot; width=&quot;100%&quot; height=&quot;100%&quot; cellpadding=&quot;4&quot; style=&quot;width:100%;height:100%;border-collapse:collapse;&quot;&gt;&lt;tbody&gt;&lt;tr&gt;&lt;th align=&quot;center&quot;&gt;EmployeeRepository&lt;/th&gt;&lt;/tr&gt;&lt;tr&gt;&lt;td align=&quot;center&quot;&gt;-AppDbContext&lt;br&gt;-EmployeeEntityAdapter&lt;br&gt;-DepartmentEntityAdapter&lt;/td&gt;&lt;/tr&gt;&lt;tr&gt;&lt;td align=&quot;center&quot;&gt;+Create(Employee employee)&lt;br&gt;+Create(Employee employee)&lt;br&gt;+List&amp;lt;Department&amp;gt; FindAll()&lt;/td&gt;&lt;/tr&gt;&lt;/tbody&gt;&lt;/table&gt;" style="text;html=1;whiteSpace=wrap;strokeColor=none;fillColor=none;overflow=fill;labelBorderColor=default;" parent="1" vertex="1">
                    <mxGeometry x="1450" y="399.5" width="180" height="180" as="geometry"/>
                </mxCell>
                <mxCell id="39" style="edgeStyle=none;html=1;exitX=0.5;exitY=1;exitDx=0;exitDy=0;entryX=0.5;entryY=1;entryDx=0;entryDy=0;rounded=0;curved=0;dashed=1;endArrow=block;endFill=0;" parent="1" source="26" target="11" edge="1">
                    <mxGeometry relative="1" as="geometry">
                        <Array as="points">
                            <mxPoint x="1540" y="960"/>
                            <mxPoint x="490" y="960"/>
                            <mxPoint x="400" y="960"/>
                        </Array>
                    </mxGeometry>
                </mxCell>
                <mxCell id="40" value="&lt;table border=&quot;1&quot; width=&quot;100%&quot; height=&quot;100%&quot; cellpadding=&quot;4&quot; style=&quot;width:100%;height:100%;border-collapse:collapse;&quot;&gt;&lt;tbody&gt;&lt;tr&gt;&lt;th align=&quot;center&quot;&gt;DependencyExtension&lt;/th&gt;&lt;/tr&gt;&lt;tr&gt;&lt;td align=&quot;center&quot;&gt;&lt;br&gt;&lt;/td&gt;&lt;/tr&gt;&lt;tr&gt;&lt;td align=&quot;center&quot;&gt;+SettingDependencyInjection:void&lt;br&gt;-SettingEntityFrameworkCore:void&lt;br&gt;-SettingInfrastructures:void&lt;br&gt;-SettingApplications:void&lt;br&gt;-SettingPresentations:void&lt;/td&gt;&lt;/tr&gt;&lt;/tbody&gt;&lt;/table&gt;" style="text;html=1;whiteSpace=wrap;strokeColor=none;fillColor=none;overflow=fill;labelBorderColor=default;" parent="1" vertex="1">
                    <mxGeometry x="-700" y="30" width="230" height="180" as="geometry"/>
                </mxCell>
                <mxCell id="41" value="&lt;table border=&quot;1&quot; width=&quot;100%&quot; height=&quot;100%&quot; cellpadding=&quot;4&quot; style=&quot;width:100%;height:100%;border-collapse:collapse;&quot;&gt;&lt;tbody&gt;&lt;tr&gt;&lt;th align=&quot;center&quot;&gt;TempDataStore&amp;lt;T&amp;gt;&lt;/th&gt;&lt;/tr&gt;&lt;tr&gt;&lt;td align=&quot;center&quot;&gt;-_key:string&lt;/td&gt;&lt;/tr&gt;&lt;tr&gt;&lt;td align=&quot;center&quot;&gt;+TempDataStore(string key)&lt;br&gt;+Load(Controller controller)&lt;br&gt;+Save(Controller controller, T model)&lt;/td&gt;&lt;/tr&gt;&lt;/tbody&gt;&lt;/table&gt;" style="text;html=1;whiteSpace=wrap;strokeColor=none;fillColor=none;overflow=fill;labelBorderColor=default;" parent="1" vertex="1">
                    <mxGeometry x="-1440" y="-10" width="230" height="180" as="geometry"/>
                </mxCell>
                <mxCell id="42" value="&lt;table border=&quot;1&quot; width=&quot;100%&quot; height=&quot;100%&quot; cellpadding=&quot;4&quot; style=&quot;width:100%;height:100%;border-collapse:collapse;&quot;&gt;&lt;tbody&gt;&lt;tr&gt;&lt;th align=&quot;center&quot;&gt;InternalExceptionLoggingMiddleware&lt;/th&gt;&lt;/tr&gt;&lt;tr&gt;&lt;td align=&quot;center&quot;&gt;-RequestDelegate _next&lt;br&gt;-ILogger&amp;lt;InternalExceptionLoggingMiddleware&amp;gt; _logger&lt;/td&gt;&lt;/tr&gt;&lt;tr&gt;&lt;td align=&quot;center&quot;&gt;+InternalExceptionLoggingMiddleware&lt;br&gt;+InvokeAsync(HttpContext context)&lt;/td&gt;&lt;/tr&gt;&lt;/tbody&gt;&lt;/table&gt;" style="text;html=1;whiteSpace=wrap;strokeColor=none;fillColor=none;overflow=fill;labelBorderColor=default;" parent="1" vertex="1">
                    <mxGeometry x="-1040" y="30" width="290" height="180" as="geometry"/>
                </mxCell>
                <mxCell id="48" style="edgeStyle=none;html=1;exitX=0.5;exitY=0;exitDx=0;exitDy=0;entryX=0.539;entryY=1.009;entryDx=0;entryDy=0;entryPerimeter=0;" parent="1" source="16" target="23" edge="1">
                    <mxGeometry relative="1" as="geometry"/>
                </mxCell>
+                 <mxCell id="139" style="edgeStyle=none;html=1;exitX=0.5;exitY=0;exitDx=0;exitDy=0;entryX=0.5;entryY=1;entryDx=0;entryDy=0;endArrow=none;endFill=0;" edge="1" parent="1" source="49" target="50">
+                     <mxGeometry relative="1" as="geometry"/>
+                 </mxCell>
                <mxCell id="49" value="&lt;table border=&quot;1&quot; width=&quot;100%&quot; height=&quot;100%&quot; cellpadding=&quot;4&quot; style=&quot;width:100%;height:100%;border-collapse:collapse;&quot;&gt;&lt;tbody&gt;&lt;tr&gt;&lt;th align=&quot;center&quot;&gt;DepartmentListViewModel&lt;/th&gt;&lt;/tr&gt;&lt;tr&gt;&lt;td align=&quot;center&quot;&gt;+DeptName:string&lt;br&gt;+DeptId:int&lt;/td&gt;&lt;/tr&gt;&lt;tr&gt;&lt;td align=&quot;center&quot;&gt;+SetDepartments&lt;/td&gt;&lt;/tr&gt;&lt;/tbody&gt;&lt;/table&gt;" style="text;html=1;whiteSpace=wrap;strokeColor=none;fillColor=none;overflow=fill;labelBorderColor=default;" parent="1" vertex="1">
                    <mxGeometry x="-1223.5" y="1180" width="217" height="180" as="geometry"/>
                </mxCell>
                <mxCell id="118" style="edgeStyle=none;html=1;exitX=0.5;exitY=1;exitDx=0;exitDy=0;entryX=0.25;entryY=1;entryDx=0;entryDy=0;dashed=1;rounded=0;curved=0;endArrow=block;endFill=0;" edge="1" parent="1" source="50" target="21">
                    <mxGeometry relative="1" as="geometry">
                        <Array as="points">
                            <mxPoint x="-1115" y="1050"/>
                            <mxPoint x="-52" y="1050"/>
                        </Array>
                    </mxGeometry>
                </mxCell>
                <mxCell id="50" value="&lt;table border=&quot;1&quot; width=&quot;100%&quot; height=&quot;100%&quot; cellpadding=&quot;4&quot; style=&quot;width:100%;height:100%;border-collapse:collapse;&quot;&gt;&lt;tbody&gt;&lt;tr&gt;&lt;th align=&quot;center&quot;&gt;DepartmentListViewModelAdapter&lt;/th&gt;&lt;/tr&gt;&lt;tr&gt;&lt;td align=&quot;center&quot;&gt;&lt;br&gt;&lt;/td&gt;&lt;/tr&gt;&lt;tr&gt;&lt;td align=&quot;center&quot;&gt;+Restore(DepartmentListViewModel target)&lt;br&gt;+DepartmentListViewModelAdapter&lt;br&gt;+Convert(Department department)&lt;/td&gt;&lt;/tr&gt;&lt;/tbody&gt;&lt;/table&gt;" style="text;html=1;whiteSpace=wrap;strokeColor=none;fillColor=none;overflow=fill;labelBorderColor=default;" parent="1" vertex="1">
                    <mxGeometry x="-1240" y="820" width="250" height="180" as="geometry"/>
                </mxCell>
+                 <mxCell id="138" style="edgeStyle=none;html=1;exitX=0.5;exitY=0;exitDx=0;exitDy=0;entryX=0.5;entryY=1;entryDx=0;entryDy=0;endArrow=none;endFill=0;" edge="1" parent="1" source="51" target="52">
+                     <mxGeometry relative="1" as="geometry"/>
+                 </mxCell>
                <mxCell id="51" value="&lt;table border=&quot;1&quot; width=&quot;100%&quot; height=&quot;100%&quot; cellpadding=&quot;4&quot; style=&quot;width:100%;height:100%;border-collapse:collapse;&quot;&gt;&lt;tbody&gt;&lt;tr&gt;&lt;th align=&quot;center&quot;&gt;DepartmentRegisterViewModel&lt;/th&gt;&lt;/tr&gt;&lt;tr&gt;&lt;td align=&quot;center&quot;&gt;&lt;span style=&quot;color: rgb(63, 63, 63);&quot;&gt;+DeptName:string&lt;/span&gt;&lt;/td&gt;&lt;/tr&gt;&lt;tr&gt;&lt;td align=&quot;center&quot;&gt;+ToString()&lt;/td&gt;&lt;/tr&gt;&lt;/tbody&gt;&lt;/table&gt;" style="text;html=1;whiteSpace=wrap;strokeColor=none;fillColor=none;overflow=fill;labelBorderColor=default;" parent="1" vertex="1">
                    <mxGeometry x="-1547.5" y="1180" width="225" height="180" as="geometry"/>
                </mxCell>
                <mxCell id="120" style="edgeStyle=none;html=1;exitX=0.5;exitY=1;exitDx=0;exitDy=0;entryX=0.25;entryY=1;entryDx=0;entryDy=0;rounded=0;curved=0;dashed=1;endArrow=block;endFill=0;" edge="1" parent="1" source="52" target="21">
                    <mxGeometry relative="1" as="geometry">
                        <Array as="points">
                            <mxPoint x="-1435" y="1050"/>
                            <mxPoint x="-52" y="1050"/>
                        </Array>
                    </mxGeometry>
                </mxCell>
                <mxCell id="126" style="edgeStyle=none;html=1;exitX=0.75;exitY=1;exitDx=0;exitDy=0;rounded=0;curved=0;dashed=1;endArrow=block;endFill=0;" edge="1" parent="1" source="52">
                    <mxGeometry relative="1" as="geometry">
                        <mxPoint x="350" y="900" as="targetPoint"/>
                        <Array as="points">
                            <mxPoint x="-1372" y="1080"/>
                            <mxPoint x="350" y="1080"/>
                        </Array>
                    </mxGeometry>
                </mxCell>
                <mxCell id="52" value="&lt;table border=&quot;1&quot; width=&quot;100%&quot; height=&quot;100%&quot; cellpadding=&quot;4&quot; style=&quot;width:100%;height:100%;border-collapse:collapse;&quot;&gt;&lt;tbody&gt;&lt;tr&gt;&lt;th align=&quot;center&quot;&gt;DepartmentRegisterViewModelAdapter&lt;/th&gt;&lt;/tr&gt;&lt;tr&gt;&lt;td align=&quot;center&quot;&gt;&lt;br&gt;&lt;/td&gt;&lt;/tr&gt;&lt;tr&gt;&lt;td align=&quot;center&quot;&gt;+Restore&lt;/td&gt;&lt;/tr&gt;&lt;/tbody&gt;&lt;/table&gt;" style="text;html=1;whiteSpace=wrap;strokeColor=none;fillColor=none;overflow=fill;labelBorderColor=default;" parent="1" vertex="1">
                    <mxGeometry x="-1560" y="820" width="250" height="180" as="geometry"/>
                </mxCell>
+                 <mxCell id="140" style="edgeStyle=none;html=1;exitX=0.5;exitY=0;exitDx=0;exitDy=0;entryX=0.5;entryY=1;entryDx=0;entryDy=0;endArrow=none;endFill=0;" edge="1" parent="1" source="53" target="54">
+                     <mxGeometry relative="1" as="geometry"/>
+                 </mxCell>
                <mxCell id="53" value="&lt;table border=&quot;1&quot; width=&quot;100%&quot; height=&quot;100%&quot; cellpadding=&quot;4&quot; style=&quot;width:100%;height:100%;border-collapse:collapse;&quot;&gt;&lt;tbody&gt;&lt;tr&gt;&lt;th align=&quot;center&quot;&gt;EmployeeRegisterViewModel&lt;/th&gt;&lt;/tr&gt;&lt;tr&gt;&lt;td align=&quot;center&quot;&gt;+Name:string&lt;br&gt;+DeptId:int&lt;br&gt;+DeptName:string&lt;br&gt;+Departments:List&amp;lt;SelectListItem&amp;gt;?&lt;/td&gt;&lt;/tr&gt;&lt;tr&gt;&lt;td align=&quot;center&quot;&gt;+SetDepartments&lt;/td&gt;&lt;/tr&gt;&lt;/tbody&gt;&lt;/table&gt;" style="text;html=1;whiteSpace=wrap;strokeColor=none;fillColor=none;overflow=fill;labelBorderColor=default;" parent="1" vertex="1">
                    <mxGeometry x="-948.5" y="1180" width="217" height="180" as="geometry"/>
                </mxCell>
                <mxCell id="117" style="edgeStyle=none;html=1;exitX=0.5;exitY=1;exitDx=0;exitDy=0;entryX=0.25;entryY=1;entryDx=0;entryDy=0;endArrow=block;endFill=0;rounded=0;curved=0;dashed=1;" edge="1" parent="1" source="54" target="21">
                    <mxGeometry relative="1" as="geometry">
                        <Array as="points">
                            <mxPoint x="-840" y="1050"/>
                            <mxPoint x="-52" y="1050"/>
                        </Array>
                    </mxGeometry>
                </mxCell>
                <mxCell id="122" style="edgeStyle=none;html=1;exitX=0.75;exitY=1;exitDx=0;exitDy=0;entryX=0.265;entryY=1;entryDx=0;entryDy=0;rounded=0;curved=0;dashed=1;endArrow=block;endFill=0;entryPerimeter=0;" edge="1" parent="1" source="54" target="11">
                    <mxGeometry relative="1" as="geometry">
                        <Array as="points">
                            <mxPoint x="-780" y="1080"/>
                            <mxPoint x="348" y="1080"/>
                        </Array>
                    </mxGeometry>
                </mxCell>
                <mxCell id="54" value="&lt;table border=&quot;1&quot; width=&quot;100%&quot; height=&quot;100%&quot; cellpadding=&quot;4&quot; style=&quot;width:100%;height:100%;border-collapse:collapse;&quot;&gt;&lt;tbody&gt;&lt;tr&gt;&lt;th align=&quot;center&quot;&gt;EmployeeRegisterViewModelAdapter&lt;/th&gt;&lt;/tr&gt;&lt;tr&gt;&lt;td align=&quot;center&quot;&gt;&lt;br&gt;&lt;/td&gt;&lt;/tr&gt;&lt;tr&gt;&lt;td align=&quot;center&quot;&gt;&lt;span style=&quot;color: rgb(63, 63, 63); font-weight: 700;&quot;&gt;+SetDepartments&lt;/span&gt;&lt;br&gt;+Restore&lt;/td&gt;&lt;/tr&gt;&lt;/tbody&gt;&lt;/table&gt;" style="text;html=1;whiteSpace=wrap;strokeColor=none;fillColor=none;overflow=fill;labelBorderColor=default;" parent="1" vertex="1">
                    <mxGeometry x="-960" y="820" width="240" height="180" as="geometry"/>
+                 </mxCell>
+                 <mxCell id="141" style="edgeStyle=none;html=1;exitX=0.5;exitY=0;exitDx=0;exitDy=0;entryX=0.5;entryY=1;entryDx=0;entryDy=0;endArrow=none;endFill=0;" edge="1" parent="1" source="55" target="56">
+                     <mxGeometry relative="1" as="geometry"/>
                </mxCell>
                <mxCell id="55" value="&lt;table border=&quot;1&quot; width=&quot;100%&quot; height=&quot;100%&quot; cellpadding=&quot;4&quot; style=&quot;width:100%;height:100%;border-collapse:collapse;&quot;&gt;&lt;tbody&gt;&lt;tr&gt;&lt;th align=&quot;center&quot;&gt;EmployeeListViewModel&lt;/th&gt;&lt;/tr&gt;&lt;tr&gt;&lt;td align=&quot;center&quot;&gt;+Id;int&lt;br&gt;+Name:string&lt;br&gt;+DeptId:Department&lt;br&gt;+DeptName:string&lt;/td&gt;&lt;/tr&gt;&lt;tr&gt;&lt;td align=&quot;center&quot;&gt;+SetEmployees&lt;br&gt;+ToString()&lt;/td&gt;&lt;/tr&gt;&lt;/tbody&gt;&lt;/table&gt;" style="text;html=1;whiteSpace=wrap;strokeColor=none;fillColor=none;overflow=fill;labelBorderColor=default;" parent="1" vertex="1">
                    <mxGeometry x="-653" y="1180" width="180" height="180" as="geometry"/>
                </mxCell>
                <mxCell id="116" style="edgeStyle=none;html=1;exitX=0.5;exitY=1;exitDx=0;exitDy=0;entryX=0.25;entryY=1;entryDx=0;entryDy=0;rounded=0;curved=0;endArrow=block;endFill=0;dashed=1;" edge="1" parent="1" source="56" target="21">
                    <mxGeometry relative="1" as="geometry">
                        <Array as="points">
                            <mxPoint x="-563" y="1050"/>
                            <mxPoint x="-52" y="1050"/>
                        </Array>
                    </mxGeometry>
                </mxCell>
                <mxCell id="121" style="edgeStyle=none;html=1;exitX=0.75;exitY=1;exitDx=0;exitDy=0;rounded=0;curved=0;dashed=1;endArrow=block;endFill=0;" edge="1" parent="1">
                    <mxGeometry relative="1" as="geometry">
                        <mxPoint x="-510" y="990" as="sourcePoint"/>
                        <mxPoint x="350" y="900" as="targetPoint"/>
                        <Array as="points">
                            <mxPoint x="-510" y="1080"/>
                            <mxPoint x="351" y="1080"/>
                        </Array>
                    </mxGeometry>
                </mxCell>
                <mxCell id="56" value="&lt;table border=&quot;1&quot; width=&quot;100%&quot; height=&quot;100%&quot; cellpadding=&quot;4&quot; style=&quot;width:100%;height:100%;border-collapse:collapse;&quot;&gt;&lt;tbody&gt;&lt;tr&gt;&lt;th align=&quot;center&quot;&gt;EmployeeListViewModelAdapter&lt;/th&gt;&lt;/tr&gt;&lt;tr&gt;&lt;td align=&quot;center&quot;&gt;&lt;br&gt;&lt;/td&gt;&lt;/tr&gt;&lt;tr&gt;&lt;td align=&quot;center&quot;&gt;+Restore&lt;br&gt;+Convert&lt;/td&gt;&lt;/tr&gt;&lt;/tbody&gt;&lt;/table&gt;" style="text;html=1;whiteSpace=wrap;strokeColor=none;fillColor=none;overflow=fill;labelBorderColor=default;" parent="1" vertex="1">
                    <mxGeometry x="-663" y="810" width="200" height="180" as="geometry"/>
                </mxCell>
                <mxCell id="80" value="&lt;table border=&quot;1&quot; width=&quot;100%&quot; height=&quot;100%&quot; cellpadding=&quot;4&quot; style=&quot;width:100%;height:100%;border-collapse:collapse;&quot;&gt;&lt;tbody&gt;&lt;tr&gt;&lt;th align=&quot;center&quot;&gt;&lt;span style=&quot;color: rgb(63, 63, 63);&quot;&gt;&amp;lt;&amp;lt;interface&amp;gt;&amp;gt;&lt;/span&gt;&lt;br&gt;IDepartmentListService&lt;/th&gt;&lt;/tr&gt;&lt;tr&gt;&lt;td align=&quot;center&quot;&gt;&lt;br&gt;&lt;/td&gt;&lt;/tr&gt;&lt;tr&gt;&lt;td align=&quot;center&quot;&gt;+ GetDepartments()&lt;/td&gt;&lt;/tr&gt;&lt;/tbody&gt;&lt;/table&gt;" style="text;html=1;whiteSpace=wrap;strokeColor=none;fillColor=none;overflow=fill;labelBorderColor=default;" parent="1" vertex="1">
                    <mxGeometry x="60" y="30" width="180" height="180" as="geometry"/>
                </mxCell>
                <mxCell id="84" style="edgeStyle=none;html=1;exitX=0.5;exitY=0;exitDx=0;exitDy=0;entryX=0.5;entryY=1;entryDx=0;entryDy=0;dashed=1;dashPattern=8 8;endArrow=block;endFill=0;" parent="1" source="81" target="80" edge="1">
                    <mxGeometry relative="1" as="geometry"/>
                </mxCell>
                <mxCell id="134" style="edgeStyle=none;html=1;exitX=0.5;exitY=0;exitDx=0;exitDy=0;entryX=0;entryY=0.5;entryDx=0;entryDy=0;endArrow=diamond;endFill=0;" edge="1" parent="1" source="81" target="27">
                    <mxGeometry relative="1" as="geometry"/>
                </mxCell>
                <mxCell id="81" value="&lt;table border=&quot;1&quot; width=&quot;100%&quot; height=&quot;100%&quot; cellpadding=&quot;4&quot; style=&quot;width:100%;height:100%;border-collapse:collapse;&quot;&gt;&lt;tbody&gt;&lt;tr&gt;&lt;th align=&quot;center&quot;&gt;DepartmentListService&lt;/th&gt;&lt;/tr&gt;&lt;tr&gt;&lt;td align=&quot;center&quot;&gt;-AppDbContext&lt;br&gt;-IDepartmentRepository&lt;/td&gt;&lt;/tr&gt;&lt;tr&gt;&lt;td align=&quot;center&quot;&gt;+DepartmentListService&lt;br&gt;+GetDepartments()&lt;/td&gt;&lt;/tr&gt;&lt;/tbody&gt;&lt;/table&gt;" style="text;html=1;whiteSpace=wrap;strokeColor=none;fillColor=none;overflow=fill;labelBorderColor=default;" parent="1" vertex="1">
                    <mxGeometry x="60" y="250" width="180" height="180" as="geometry"/>
                </mxCell>
                <mxCell id="82" value="&lt;table border=&quot;1&quot; width=&quot;100%&quot; height=&quot;100%&quot; cellpadding=&quot;4&quot; style=&quot;width:100%;height:100%;border-collapse:collapse;&quot;&gt;&lt;tbody&gt;&lt;tr&gt;&lt;th align=&quot;center&quot;&gt;&lt;span style=&quot;color: rgb(63, 63, 63);&quot;&gt;&amp;lt;&amp;lt;interface&amp;gt;&amp;gt;&lt;/span&gt;&lt;br&gt;IEmployeeListService&lt;/th&gt;&lt;/tr&gt;&lt;tr&gt;&lt;td align=&quot;center&quot;&gt;&lt;br&gt;&lt;/td&gt;&lt;/tr&gt;&lt;tr&gt;&lt;td align=&quot;center&quot;&gt;+GetDepartments()&lt;br&gt;+GetEmployees()&lt;br&gt;+GetById()&lt;/td&gt;&lt;/tr&gt;&lt;/tbody&gt;&lt;/table&gt;" style="text;html=1;whiteSpace=wrap;strokeColor=none;fillColor=none;overflow=fill;labelBorderColor=default;" parent="1" vertex="1">
                    <mxGeometry x="590" y="30" width="180" height="180" as="geometry"/>
                </mxCell>
                <mxCell id="85" style="edgeStyle=none;html=1;exitX=0.5;exitY=0;exitDx=0;exitDy=0;entryX=0.5;entryY=1;entryDx=0;entryDy=0;dashed=1;dashPattern=8 8;endArrow=block;endFill=0;" parent="1" source="83" target="82" edge="1">
                    <mxGeometry relative="1" as="geometry"/>
                </mxCell>
                <mxCell id="132" style="edgeStyle=none;html=1;exitX=0.5;exitY=0;exitDx=0;exitDy=0;entryX=0;entryY=0.5;entryDx=0;entryDy=0;rounded=0;curved=0;endArrow=diamond;endFill=0;" edge="1" parent="1" source="83" target="27">
                    <mxGeometry relative="1" as="geometry"/>
                </mxCell>
                <mxCell id="83" value="&lt;table border=&quot;1&quot; width=&quot;100%&quot; height=&quot;100%&quot; cellpadding=&quot;4&quot; style=&quot;width:100%;height:100%;border-collapse:collapse;&quot;&gt;&lt;tbody&gt;&lt;tr&gt;&lt;th align=&quot;center&quot;&gt;EmployeeListService&lt;/th&gt;&lt;/tr&gt;&lt;tr&gt;&lt;td align=&quot;center&quot;&gt;-AppDbContext&lt;br&gt;-IDepartmentRepository&lt;br&gt;-IEmployeeRepository&lt;/td&gt;&lt;/tr&gt;&lt;tr&gt;&lt;td align=&quot;center&quot;&gt;+EmployeeListService&lt;br&gt;+GetDepartments()&lt;br&gt;+GetEmployees()&lt;br&gt;+GetById&lt;/td&gt;&lt;/tr&gt;&lt;/tbody&gt;&lt;/table&gt;" style="text;html=1;whiteSpace=wrap;strokeColor=none;fillColor=none;overflow=fill;labelBorderColor=default;" parent="1" vertex="1">
                    <mxGeometry x="590" y="239.5" width="180" height="180" as="geometry"/>
                </mxCell>
                <mxCell id="124" style="edgeStyle=none;html=1;exitX=0.75;exitY=1;exitDx=0;exitDy=0;rounded=0;curved=0;dashed=1;endArrow=block;endFill=0;entryX=0.263;entryY=1.001;entryDx=0;entryDy=0;entryPerimeter=0;" edge="1" parent="1" target="11">
                    <mxGeometry relative="1" as="geometry">
                        <mxPoint x="-1080" y="1001.12" as="sourcePoint"/>
                        <mxPoint x="350" y="899.5" as="targetPoint"/>
                        <Array as="points">
                            <mxPoint x="-1080" y="1079.5"/>
                            <mxPoint x="350" y="1080"/>
                        </Array>
                    </mxGeometry>
                </mxCell>
            </root>
        </mxGraphModel>
    </diagram>
</mxfile>